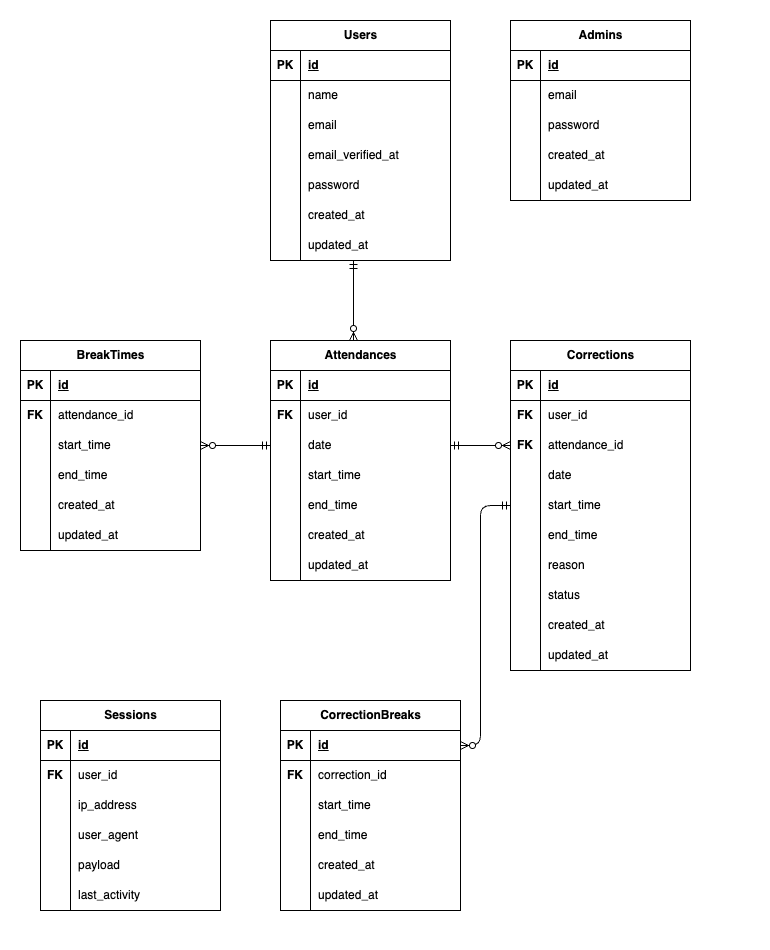
This is src/index.drawio.png from aika-nag/time-attendance, a draw.io export, as it was before one commit. Source tidied: cells renumbered, new cells last; positions are measured from the earlier drawing's top-left corner, leaving out a move shared by most shapes.
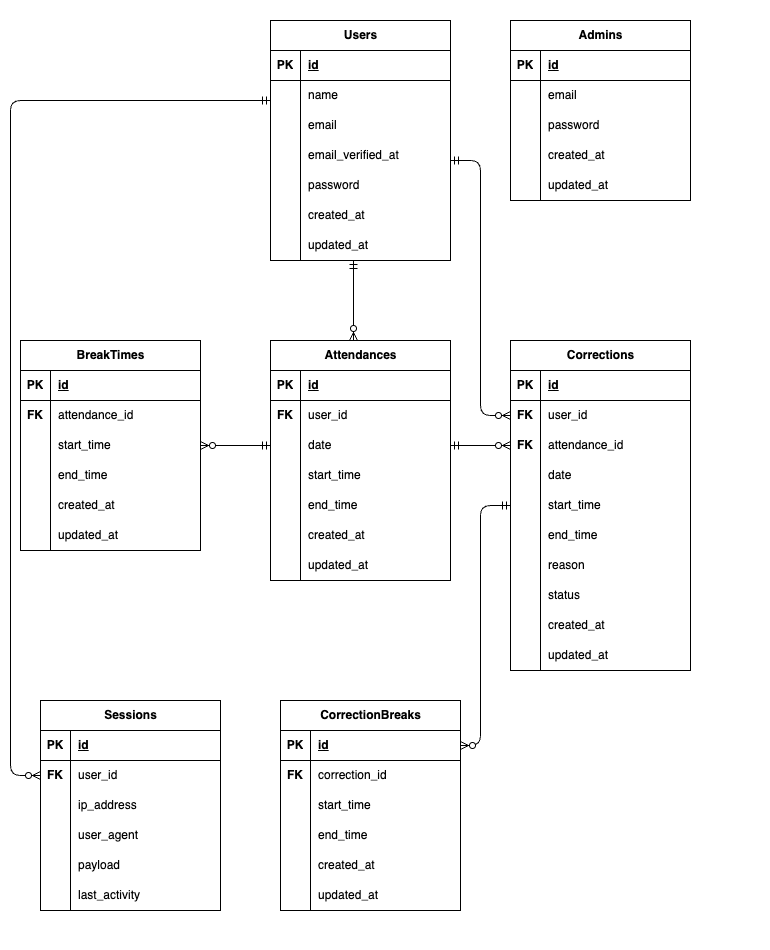
After the commit.

The edit, as a diff of the source:
```diff
@@ -469,5 +469,30 @@
         </Array>
       </mxGeometry>
     </mxCell>
+    <mxCell id="155" style="edgeStyle=entityRelationEdgeStyle;fontSize=12;html=1;endArrow=ERzeroToMany;startArrow=ERmandOne;exitX=1;exitY=0.5;exitDx=0;exitDy=0;entryX=0;entryY=0.5;entryDx=0;entryDy=0;" parent="1" edge="1" target="67">
+      <mxGeometry relative="1" as="geometry">
+        <mxPoint x="450" y="160" as="sourcePoint" />
+        <Array as="points">
+          <mxPoint x="490" y="220" />
+          <mxPoint x="470" y="180" />
+          <mxPoint x="480" y="170" />
+          <mxPoint x="480" y="160" />
+          <mxPoint x="490" y="250" />
+          <mxPoint x="600" y="320" />
+          <mxPoint x="590" y="290" />
+          <mxPoint x="500" y="235" />
+          <mxPoint x="480" y="290" />
+          <mxPoint x="370" y="335" />
+        </Array>
+      </mxGeometry>
+    </mxCell>
+    <mxCell id="156" style="edgeStyle=orthogonalEdgeStyle;fontSize=12;html=1;endArrow=ERzeroToMany;startArrow=ERmandOne;exitX=0;exitY=0.667;exitDx=0;exitDy=0;exitPerimeter=0;entryX=0;entryY=0.5;entryDx=0;entryDy=0;" parent="1" edge="1" source="7" target="136">
+      <mxGeometry relative="1" as="geometry">
+        <Array as="points">
+          <mxPoint x="10" y="100" />
+          <mxPoint x="10" y="775" />
+        </Array>
+      </mxGeometry>
+    </mxCell>
   </root>
 </mxGraphModel>
```
